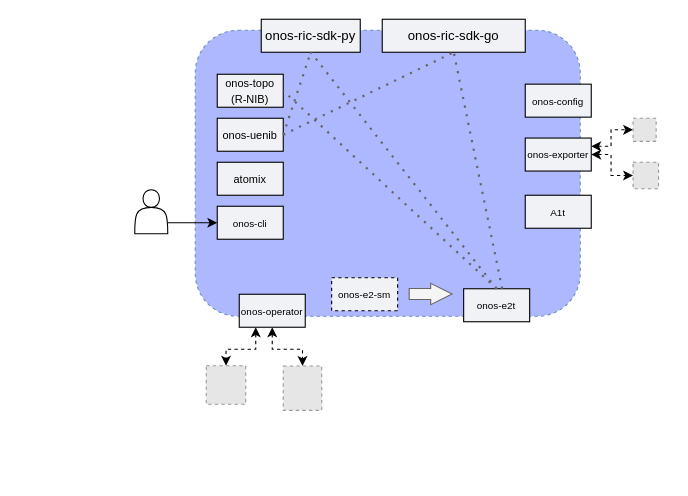
Above: Untitled Diagram.drawio in carlos-tuilm/test-mlb-sdran (draw.io), before the change. Source tidied: cells renumbered, new cells numbered last; positions are measured from the earlier drawing's top-left corner, leaving out a move shared by most shapes. Both pictures are drawn from the tidied source at 110%, with x=0, y=0 at pixel (134, 19). Pictures stored in the file or linked from it are replaced by grey dashed boxes.
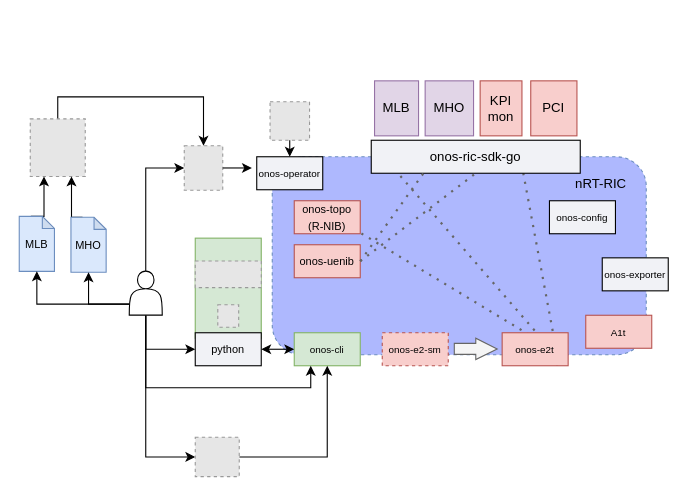
Above is the later version.

Diff of the diagram source:
```diff
@@
+    <mxCell id="31" style="rounded=0;whiteSpace=wrap;html=1;fillColor=#d5e8d4;strokeColor=#82b366;" parent="1" vertex="1">
+      <mxGeometry x="55" y="199" width="60" height="91" as="geometry" />
+    </mxCell>
     <mxCell id="2" style="rounded=1;whiteSpace=wrap;html=1;dashed=1;fillColor=#AEB8FE;strokeColor=#6c8ebf;" parent="1" vertex="1">
-      <mxGeometry x="55" y="10" width="350" height="260" as="geometry" />
+      <mxGeometry x="125" y="125" width="340" height="180" as="geometry" />
     </mxCell>
-    <mxCell id="3" style="edgeStyle=orthogonalEdgeStyle;rounded=0;jettySize=auto;html=1;exitX=0.25;exitY=1;exitDx=0;exitDy=0;entryX=0.5;entryY=0;entryDx=0;entryDy=0;startArrow=classic;startFill=1;dashed=1;" parent="1" edge="1" source="5" target="28">
-      <mxGeometry relative="1" as="geometry" />
-    </mxCell>
-    <mxCell id="4" style="edgeStyle=orthogonalEdgeStyle;rounded=0;jettySize=auto;html=1;exitX=0.5;exitY=1;exitDx=0;exitDy=0;entryX=0.5;entryY=0;entryDx=0;entryDy=0;startArrow=classic;startFill=1;dashed=1;" parent="1" edge="1" source="5" target="29">
-      <mxGeometry relative="1" as="geometry" />
-    </mxCell>
     <mxCell id="5" value="&lt;font style=&quot;font-size: 9px;&quot;&gt;onos-operator&lt;/font&gt;" style="rounded=0;whiteSpace=wrap;html=1;fillColor=#F1F2F6;" parent="1" vertex="1">
-      <mxGeometry x="95" y="250" width="60" height="30" as="geometry" />
+      <mxGeometry x="110.9" y="125" width="60" height="30" as="geometry" />
     </mxCell>
-    <mxCell id="6" value="&lt;font style=&quot;font-size: 9px;&quot;&gt;onos-cli&lt;/font&gt;" style="rounded=0;whiteSpace=wrap;html=1;fillColor=#F1F2F6;" parent="1" vertex="1">
-      <mxGeometry x="75" y="170" width="60" height="30" as="geometry" />
+    <mxCell id="6" value="&lt;font style=&quot;font-size: 9px;&quot;&gt;onos-cli&lt;/font&gt;" style="rounded=0;whiteSpace=wrap;html=1;fillColor=#d5e8d4;strokeColor=#82b366;" parent="1" vertex="1">
+      <mxGeometry x="145" y="285" width="60" height="30" as="geometry" />
     </mxCell>
-    <mxCell id="7" value="&lt;font size=&quot;1&quot;&gt;atomix&lt;/font&gt;" style="rounded=0;whiteSpace=wrap;html=1;fillColor=#F1F2F6;" parent="1" vertex="1">
-      <mxGeometry x="75" y="130" width="60" height="30" as="geometry" />
-    </mxCell>
-    <mxCell id="8" value="&lt;font size=&quot;1&quot;&gt;onos-uenib&lt;/font&gt;" style="rounded=0;whiteSpace=wrap;html=1;fillColor=#F1F2F6;" parent="1" vertex="1">
-      <mxGeometry x="75" y="90" width="60" height="30" as="geometry" />
+    <mxCell id="8" value="&lt;font size=&quot;1&quot;&gt;onos-uenib&lt;/font&gt;" style="rounded=0;whiteSpace=wrap;html=1;fillColor=#f8cecc;strokeColor=#b85450;" parent="1" vertex="1">
+      <mxGeometry x="145" y="205" width="60" height="30" as="geometry" />
     </mxCell>
-    <mxCell id="9" value="&lt;font style=&quot;font-size: 9px;&quot;&gt;onos-e2-sm&lt;/font&gt;" style="rounded=0;whiteSpace=wrap;html=1;dashed=1;fillColor=#F1F2F6;" parent="1" vertex="1">
-      <mxGeometry x="179" y="235" width="60" height="30" as="geometry" />
+    <mxCell id="9" value="&lt;font style=&quot;font-size: 9px;&quot;&gt;onos-e2-sm&lt;/font&gt;" style="rounded=0;whiteSpace=wrap;html=1;dashed=1;fillColor=#f8cecc;strokeColor=#b85450;" parent="1" vertex="1">
+      <mxGeometry x="225" y="285" width="60" height="30" as="geometry" />
     </mxCell>
-    <mxCell id="10" value="&lt;font style=&quot;font-size: 9px;&quot;&gt;A1t&lt;/font&gt;" style="rounded=0;whiteSpace=wrap;html=1;fillColor=#F1F2F6;" parent="1" vertex="1">
-      <mxGeometry x="355" y="160" width="60" height="30" as="geometry" />
+    <mxCell id="10" value="&lt;font style=&quot;font-size: 9px;&quot;&gt;A1t&lt;/font&gt;" style="rounded=0;whiteSpace=wrap;html=1;fillColor=#f8cecc;strokeColor=#b85450;" parent="1" vertex="1">
+      <mxGeometry x="410" y="269.1" width="60" height="30" as="geometry" />
     </mxCell>
-    <mxCell id="11" style="edgeStyle=orthogonalEdgeStyle;rounded=0;jettySize=auto;html=1;exitX=1;exitY=0.25;exitDx=0;exitDy=0;entryX=0;entryY=0.5;entryDx=0;entryDy=0;dashed=1;startArrow=classic;startFill=1;" parent="1" edge="1" source="13" target="30">
-      <mxGeometry relative="1" as="geometry">
-        <Array as="points">
-          <mxPoint x="433" y="116" />
-          <mxPoint x="433" y="101" />
-        </Array>
-      </mxGeometry>
-    </mxCell>
-    <mxCell id="12" style="edgeStyle=orthogonalEdgeStyle;rounded=0;jettySize=auto;html=1;exitX=1;exitY=0.5;exitDx=0;exitDy=0;entryX=0;entryY=0.5;entryDx=0;entryDy=0;dashed=1;startArrow=classic;startFill=1;" parent="1" edge="1" source="13" target="25">
-      <mxGeometry relative="1" as="geometry">
-        <Array as="points">
-          <mxPoint x="433" y="123" />
-          <mxPoint x="433" y="142" />
-          <mxPoint x="443" y="142" />
-        </Array>
-      </mxGeometry>
-    </mxCell>
     <mxCell id="13" value="&lt;font style=&quot;font-size: 9px;&quot;&gt;onos-exporter&lt;/font&gt;" style="rounded=0;whiteSpace=wrap;html=1;fillColor=#F1F2F6;" parent="1" vertex="1">
-      <mxGeometry x="355" y="108" width="60" height="30" as="geometry" />
+      <mxGeometry x="425" y="216.9" width="60" height="30" as="geometry" />
     </mxCell>
+    <mxCell id="21" style="endArrow=none;dashed=1;html=1;dashPattern=1 3;strokeWidth=2;rounded=0;entryX=1;entryY=0.5;entryDx=0;entryDy=0;exitX=0.5;exitY=0;exitDx=0;exitDy=0;fillColor=#f5f5f5;strokeColor=#666666;" parent="1" edge="1">
+      <mxGeometry relative="1" as="geometry">
+        <mxPoint x="379" y="299.1" as="sourcePoint" />
+        <mxPoint x="205" y="194.1" as="targetPoint" />
+      </mxGeometry>
+    </mxCell>
     <mxCell id="14" value="&lt;font style=&quot;font-size: 9px;&quot;&gt;onos-config&lt;/font&gt;" style="rounded=0;whiteSpace=wrap;html=1;fillColor=#F1F2F6;" parent="1" vertex="1">
-      <mxGeometry x="355" y="59" width="60" height="30" as="geometry" />
+      <mxGeometry x="377" y="165" width="60" height="30" as="geometry" />
     </mxCell>
-    <mxCell id="15" value="&lt;font size=&quot;1&quot;&gt;onos-topo (R-NIB)&lt;/font&gt;" style="rounded=0;whiteSpace=wrap;html=1;fillColor=#F1F2F6;" parent="1" vertex="1">
-      <mxGeometry x="75" y="50" width="60" height="30" as="geometry" />
+    <mxCell id="15" value="&lt;font size=&quot;1&quot;&gt;onos-topo (R-NIB)&lt;/font&gt;" style="rounded=0;whiteSpace=wrap;html=1;fillColor=#f8cecc;strokeColor=#b85450;" parent="1" vertex="1">
+      <mxGeometry x="145" y="165" width="60" height="30" as="geometry" />
     </mxCell>
-    <mxCell id="16" value="onos-ric-sdk-py" style="rounded=0;whiteSpace=wrap;html=1;fillColor=#F1F2F6;" parent="1" vertex="1">
-      <mxGeometry x="115" width="90" height="30" as="geometry" />
-    </mxCell>
+    <mxCell id="20" style="endArrow=none;dashed=1;html=1;dashPattern=1 3;strokeWidth=2;rounded=0;exitX=0.5;exitY=0;exitDx=0;exitDy=0;entryX=0.127;entryY=0.994;entryDx=0;entryDy=0;fillColor=#f5f5f5;strokeColor=#666666;entryPerimeter=0;" parent="1" edge="1" target="17">
+      <mxGeometry relative="1" as="geometry">
+        <mxPoint x="374" y="295" as="sourcePoint" />
+      </mxGeometry>
+    </mxCell>
+    <mxCell id="19" style="endArrow=none;dashed=1;html=1;dashPattern=1 3;strokeWidth=2;rounded=0;fillColor=#f5f5f5;strokeColor=#666666;entryX=0.723;entryY=0.847;entryDx=0;entryDy=0;entryPerimeter=0;" parent="1" edge="1" target="17">
+      <mxGeometry relative="1" as="geometry">
+        <mxPoint x="384" y="315" as="sourcePoint" />
+        <Array as="points">
+          <mxPoint x="384" y="305" />
+        </Array>
+      </mxGeometry>
+    </mxCell>
+    <mxCell id="18" value="&lt;font style=&quot;font-size: 9px;&quot;&gt;onos-e2t&lt;/font&gt;" style="rounded=0;whiteSpace=wrap;html=1;fillColor=#f8cecc;strokeColor=#b85450;" parent="1" vertex="1">
+      <mxGeometry x="334" y="285" width="60" height="30" as="geometry" />
+    </mxCell>
     <mxCell id="17" value="onos-ric-sdk-go" style="rounded=0;whiteSpace=wrap;html=1;fillColor=#F1F2F6;" parent="1" vertex="1">
-      <mxGeometry x="225" width="130" height="30" as="geometry" />
+      <mxGeometry x="215" y="110" width="190" height="30" as="geometry" />
     </mxCell>
-    <mxCell id="18" value="&lt;font style=&quot;font-size: 9px;&quot;&gt;onos-e2t&lt;/font&gt;" style="rounded=0;whiteSpace=wrap;html=1;fillColor=#F1F2F6;" parent="1" vertex="1">
-      <mxGeometry x="299" y="245" width="60" height="30" as="geometry" />
-    </mxCell>
-    <mxCell id="19" style="endArrow=none;dashed=1;html=1;dashPattern=1 3;strokeWidth=2;rounded=0;exitX=0.5;exitY=0;exitDx=0;exitDy=0;fillColor=#f5f5f5;strokeColor=#666666;entryX=0.5;entryY=1;entryDx=0;entryDy=0;" parent="1" edge="1" target="17">
-      <mxGeometry relative="1" as="geometry">
-        <mxPoint x="334" y="245" as="sourcePoint" />
-      </mxGeometry>
-    </mxCell>
-    <mxCell id="20" style="endArrow=none;dashed=1;html=1;dashPattern=1 3;strokeWidth=2;rounded=0;exitX=0.5;exitY=0;exitDx=0;exitDy=0;entryX=0.5;entryY=1;entryDx=0;entryDy=0;fillColor=#f5f5f5;strokeColor=#666666;" parent="1" edge="1" source="18" target="16">
-      <mxGeometry relative="1" as="geometry" />
-    </mxCell>
-    <mxCell id="21" style="endArrow=none;dashed=1;html=1;dashPattern=1 3;strokeWidth=2;rounded=0;entryX=1;entryY=0.5;entryDx=0;entryDy=0;exitX=0.5;exitY=0;exitDx=0;exitDy=0;fillColor=#f5f5f5;strokeColor=#666666;" parent="1" edge="1" source="18" target="15">
-      <mxGeometry relative="1" as="geometry" />
-    </mxCell>
@@
-    <mxCell id="23" style="endArrow=none;dashed=1;html=1;dashPattern=1 3;strokeWidth=2;rounded=0;entryX=0.5;entryY=1;entryDx=0;entryDy=0;exitX=1;exitY=0.5;exitDx=0;exitDy=0;fillColor=#f5f5f5;strokeColor=#666666;" parent="1" edge="1" source="8" target="16">
+    <mxCell id="23" style="endArrow=none;dashed=1;html=1;dashPattern=1 3;strokeWidth=2;rounded=0;exitX=1;exitY=0.5;exitDx=0;exitDy=0;fillColor=#f5f5f5;strokeColor=#666666;entryX=0.25;entryY=1;entryDx=0;entryDy=0;" parent="1" edge="1" source="8" target="17">
       <mxGeometry relative="1" as="geometry" />
     </mxCell>
     <mxCell id="24" style="shape=flexArrow;endArrow=classic;html=1;rounded=0;endWidth=8.4;endSize=6.16;fillColor=#f5f5f5;strokeColor=#666666;" parent="1" edge="1">
       <mxGeometry relative="1" as="geometry">
-        <mxPoint x="249" y="249.8" as="sourcePoint" />
-        <mxPoint x="289" y="249.8" as="targetPoint" />
+        <mxPoint x="290" y="299.7" as="sourcePoint" />
+        <mxPoint x="330" y="299.7" as="targetPoint" />
       </mxGeometry>
     </mxCell>
-    <mxCell id="25" style="fillColor=#E6E6E6;strokeColor=#999999;dashed=1;verticalLabelPosition=bottom;labelBackgroundColor=default;verticalAlign=top;" parent="1" vertex="1">
-      <mxGeometry x="453" y="130" width="23.2" height="24.1" as="geometry" />
-    </mxCell>
+    <mxCell id="32" style="edgeStyle=orthogonalEdgeStyle;rounded=0;jettySize=auto;html=1;exitX=0.5;exitY=0;exitDx=0;exitDy=0;entryX=0;entryY=0.5;entryDx=0;entryDy=0;" parent="1" edge="1" source="27" target="29">
+      <mxGeometry relative="1" as="geometry" />
+    </mxCell>
+    <mxCell id="33" style="edgeStyle=orthogonalEdgeStyle;rounded=0;jettySize=auto;html=1;exitX=0.5;exitY=1;exitDx=0;exitDy=0;entryX=0;entryY=0.5;entryDx=0;entryDy=0;" parent="1" edge="1" source="27" target="37">
+      <mxGeometry relative="1" as="geometry" />
+    </mxCell>
+    <mxCell id="34" style="edgeStyle=orthogonalEdgeStyle;rounded=0;jettySize=auto;html=1;exitX=0.5;exitY=1;exitDx=0;exitDy=0;entryX=0;entryY=0.5;entryDx=0;entryDy=0;" parent="1" edge="1" source="27" target="55">
+      <mxGeometry relative="1" as="geometry" />
+    </mxCell>
-    <mxCell id="26" style="edgeStyle=orthogonalEdgeStyle;rounded=0;jettySize=auto;html=1;exitX=1;exitY=0.75;exitDx=0;exitDy=0;entryX=0;entryY=0.5;entryDx=0;entryDy=0;" parent="1" edge="1" source="27" target="6">
+    <mxCell id="26" style="edgeStyle=orthogonalEdgeStyle;rounded=0;jettySize=auto;html=1;exitX=0.5;exitY=1;exitDx=0;exitDy=0;entryX=0.25;entryY=1;entryDx=0;entryDy=0;" parent="1" edge="1" source="27" target="6">
       <mxGeometry relative="1" as="geometry" />
     </mxCell>
     <mxCell id="27" style="shape=actor;whiteSpace=wrap;html=1;" parent="1" vertex="1">
-      <mxGeometry y="155" width="30" height="40" as="geometry" />
+      <mxGeometry x="-5" y="229" width="30" height="40" as="geometry" />
     </mxCell>
+    <mxCell id="35" style="edgeStyle=orthogonalEdgeStyle;rounded=0;jettySize=auto;html=1;exitX=1;exitY=0.5;exitDx=0;exitDy=0;entryX=0.5;entryY=0;entryDx=0;entryDy=0;" parent="1" edge="1" source="28" target="5">
+      <mxGeometry relative="1" as="geometry" />
+    </mxCell>
     <mxCell id="28" style="fillColor=#E6E6E6;strokeColor=#999999;dashed=1;verticalLabelPosition=bottom;labelBackgroundColor=default;verticalAlign=top;" parent="1" vertex="1">
-      <mxGeometry x="65" y="315" width="35.9" height="35" as="geometry" />
+      <mxGeometry x="123" y="75" width="35.9" height="35" as="geometry" />
     </mxCell>
     <mxCell id="29" style="fillColor=#E6E6E6;strokeColor=#999999;dashed=1;verticalLabelPosition=bottom;labelBackgroundColor=default;verticalAlign=top;" parent="1" vertex="1">
-      <mxGeometry x="135" y="315.2" width="35" height="40.4" as="geometry" />
+      <mxGeometry x="45" y="115" width="35" height="40.4" as="geometry" />
     </mxCell>
-    <mxCell id="30" style="fillColor=#E6E6E6;strokeColor=#999999;dashed=1;verticalLabelPosition=bottom;labelBackgroundColor=default;verticalAlign=top;" parent="1" vertex="1">
-      <mxGeometry x="453" y="90" width="21" height="21" as="geometry" />
-    </mxCell>
+    <mxCell id="36" style="edgeStyle=orthogonalEdgeStyle;rounded=0;jettySize=auto;html=1;exitX=1;exitY=0.5;exitDx=0;exitDy=0;entryX=0;entryY=0.5;entryDx=0;entryDy=0;startArrow=classic;startFill=1;" parent="1" edge="1" source="37" target="6">
+      <mxGeometry relative="1" as="geometry" />
+    </mxCell>
+    <mxCell id="37" value="&lt;font size=&quot;1&quot;&gt;python&lt;/font&gt;" style="rounded=0;whiteSpace=wrap;html=1;fillColor=#F1F2F6;" parent="1" vertex="1">
+      <mxGeometry x="55" y="285" width="60" height="30" as="geometry" />
+    </mxCell>
+    <mxCell id="38" value="MLB" style="rounded=0;whiteSpace=wrap;html=1;fillColor=#e1d5e7;strokeColor=#9673a6;" parent="1" vertex="1">
+      <mxGeometry x="218" y="56" width="40" height="50" as="geometry" />
+    </mxCell>
+    <mxCell id="39" value="nRT-RIC" style="text;html=1;align=center;verticalAlign=middle;whiteSpace=wrap;rounded=0;" parent="1" vertex="1">
+      <mxGeometry x="394" y="135" width="60" height="30" as="geometry" />
+    </mxCell>
+    <mxCell id="40" value="MHO" style="rounded=0;whiteSpace=wrap;html=1;fillColor=#e1d5e7;strokeColor=#9673a6;" parent="1" vertex="1">
+      <mxGeometry x="264" y="56" width="44" height="50" as="geometry" />
+    </mxCell>
+    <mxCell id="41" value="KPI&lt;div&gt;mon&lt;/div&gt;" style="rounded=0;whiteSpace=wrap;html=1;fillColor=#f8cecc;strokeColor=#b85450;" parent="1" vertex="1">
+      <mxGeometry x="314" y="56" width="38" height="50" as="geometry" />
+    </mxCell>
+    <mxCell id="42" value="PCI" style="rounded=0;whiteSpace=wrap;html=1;fillColor=#f8cecc;strokeColor=#b85450;" parent="1" vertex="1">
+      <mxGeometry x="360" y="56" width="42" height="50" as="geometry" />
+    </mxCell>
+    <mxCell id="43" style="edgeStyle=orthogonalEdgeStyle;rounded=0;jettySize=auto;html=1;exitX=1;exitY=0.5;exitDx=0;exitDy=0;entryX=-0.074;entryY=0.348;entryDx=0;entryDy=0;entryPerimeter=0;" parent="1" edge="1" source="29" target="5">
+      <mxGeometry relative="1" as="geometry" />
+    </mxCell>
+    <mxCell id="44" style="fillColor=#E6E6E6;strokeColor=#999999;dashed=1;verticalLabelPosition=bottom;labelBackgroundColor=default;verticalAlign=top;" parent="1" vertex="1">
+      <mxGeometry x="75.5" y="259.5" width="19" height="20.5" as="geometry" />
+    </mxCell>
+    <mxCell id="45" style="fillColor=#E6E6E6;strokeColor=#999999;dashed=1;verticalLabelPosition=bottom;labelBackgroundColor=default;verticalAlign=top;" parent="1" vertex="1">
+      <mxGeometry x="55" y="219.8" width="60" height="24.2" as="geometry" />
+    </mxCell>
+    <mxCell id="46" style="edgeStyle=orthogonalEdgeStyle;rounded=0;jettySize=auto;html=1;exitX=0.5;exitY=0;exitDx=0;exitDy=0;entryX=0.5;entryY=0;entryDx=0;entryDy=0;" parent="1" edge="1" source="47" target="29">
+      <mxGeometry relative="1" as="geometry" />
+    </mxCell>
+    <mxCell id="47" style="fillColor=#E6E6E6;strokeColor=#999999;dashed=1;verticalLabelPosition=bottom;labelBackgroundColor=default;verticalAlign=top;" parent="1" vertex="1">
+      <mxGeometry x="-95" y="90.6" width="50" height="52.3" as="geometry" />
+    </mxCell>
+    <mxCell id="48" style="edgeStyle=orthogonalEdgeStyle;rounded=0;jettySize=auto;html=1;exitX=0;exitY=0;exitDx=10.515;exitDy=0;exitPerimeter=0;entryX=0.25;entryY=1;entryDx=0;entryDy=0;" parent="1" edge="1" source="49" target="47">
+      <mxGeometry relative="1" as="geometry" />
+    </mxCell>
+    <mxCell id="49" value="&lt;font style=&quot;font-size: 10px;&quot;&gt;MLB&lt;/font&gt;" style="shape=note;whiteSpace=wrap;html=1;backgroundOutline=1;darkOpacity=0.05;size=11;fillColor=#dae8fc;strokeColor=#6c8ebf;" parent="1" vertex="1">
+      <mxGeometry x="-105" y="179.2" width="32" height="50" as="geometry" />
+    </mxCell>
+    <mxCell id="50" style="edgeStyle=orthogonalEdgeStyle;rounded=0;jettySize=auto;html=1;exitX=0;exitY=0;exitDx=10.515;exitDy=0;exitPerimeter=0;entryX=0.75;entryY=1;entryDx=0;entryDy=0;" parent="1" edge="1" source="51" target="47">
+      <mxGeometry relative="1" as="geometry" />
+    </mxCell>
+    <mxCell id="51" value="&lt;font style=&quot;font-size: 10px;&quot;&gt;MHO&lt;/font&gt;" style="shape=note;whiteSpace=wrap;html=1;backgroundOutline=1;darkOpacity=0.05;size=11;fillColor=#dae8fc;strokeColor=#6c8ebf;" parent="1" vertex="1">
+      <mxGeometry x="-58" y="180" width="32" height="50" as="geometry" />
+    </mxCell>
+    <mxCell id="52" style="edgeStyle=orthogonalEdgeStyle;rounded=0;jettySize=auto;html=1;exitX=0;exitY=0.75;exitDx=0;exitDy=0;entryX=0.5;entryY=1;entryDx=0;entryDy=0;entryPerimeter=0;" parent="1" edge="1" source="27" target="49">
+      <mxGeometry relative="1" as="geometry" />
+    </mxCell>
+    <mxCell id="53" style="edgeStyle=orthogonalEdgeStyle;rounded=0;jettySize=auto;html=1;exitX=0;exitY=0.75;exitDx=0;exitDy=0;entryX=0.5;entryY=1;entryDx=0;entryDy=0;entryPerimeter=0;" parent="1" edge="1" source="27" target="51">
+      <mxGeometry relative="1" as="geometry" />
+    </mxCell>
+    <mxCell id="54" style="edgeStyle=orthogonalEdgeStyle;rounded=0;jettySize=auto;html=1;exitX=1;exitY=0.5;exitDx=0;exitDy=0;entryX=0.5;entryY=1;entryDx=0;entryDy=0;" parent="1" edge="1" source="55" target="6">
+      <mxGeometry relative="1" as="geometry" />
+    </mxCell>
+    <mxCell id="55" style="fillColor=#E6E6E6;strokeColor=#999999;dashed=1;verticalLabelPosition=bottom;labelBackgroundColor=default;verticalAlign=top;" parent="1" vertex="1">
+      <mxGeometry x="55" y="380" width="40" height="35.8" as="geometry" />
+    </mxCell>
```
